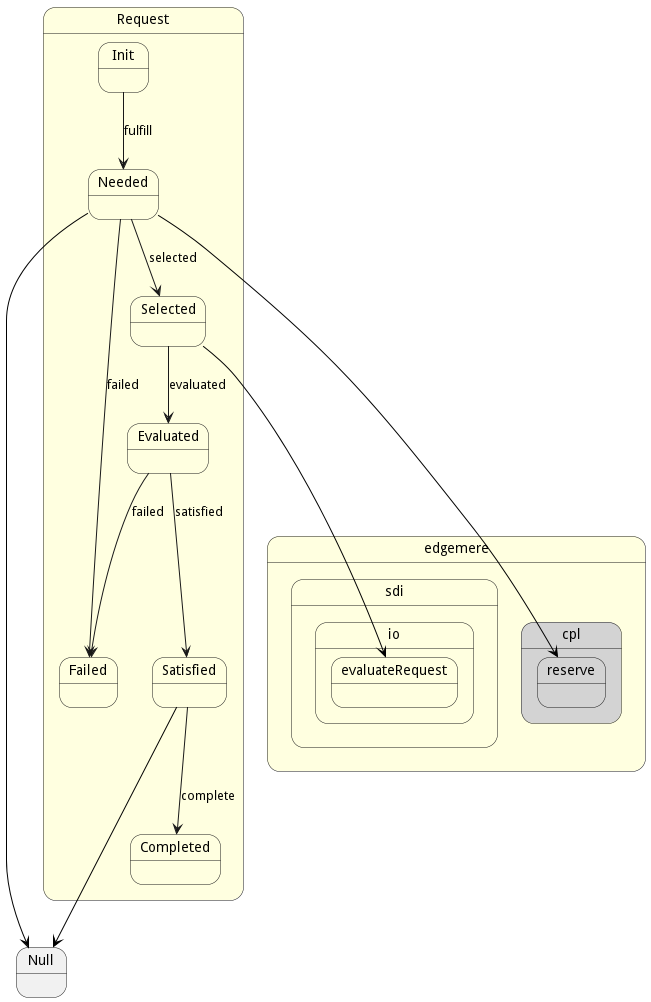
madajaju/edgemere keeps this PlantUML diagram as docs/edgemere/sdi/models/request/statenet.png. Above is the earlier version. The source it was exported from:
```plantuml
@startuml



state Request #lightyellow {

    state Init #lightyellow {
    }

    state Needed #lightyellow {
    }

    state Failed #lightyellow {
    }

    state Selected #lightyellow {
    }

    state Satisfied #lightyellow {
    }

    state Evaluated #lightyellow {
    }

    state Completed #lightyellow {
    }

}


Init --> Needed : fulfill

Needed --> Selected : selected

Needed --> Failed : failed

Selected --> Evaluated : evaluated

Satisfied --> Completed : complete

Evaluated --> Satisfied : satisfied

Evaluated --> Failed : failed




 Needed -[#black]--> Null

 state "edgemere" as edgemere #lightgray {
state "cpl" as edgemerecpl #lightgray {
state "reserve" as edgemerecplreserve #lightgray {
}
}
}

 Needed -[#black]--> edgemerecplreserve

 state "edgemere" as edgemere #lightyellow {
state "sdi" as edgemeresdi #lightyellow {
state "io" as edgemeresdiio #lightyellow {
state "evaluateRequest" as edgemeresdiioevaluateRequest #lightyellow {
}
}
}
}

 Selected -[#black]--> edgemeresdiioevaluateRequest


 Satisfied -[#black]--> Null


@enduml
```
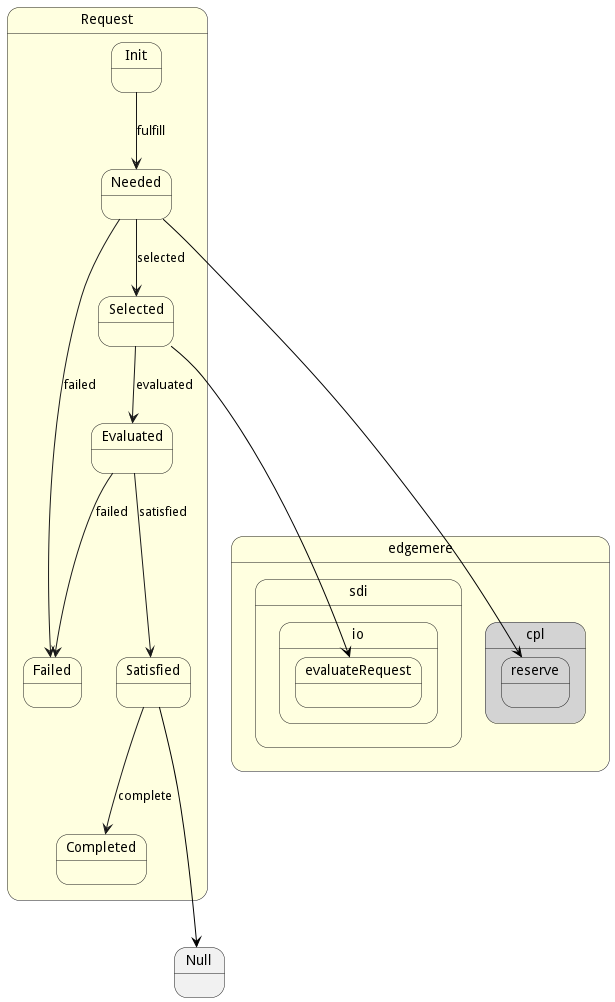
After the commit.

Change to the diagram source:
```diff
@@ -44,9 +44,6 @@
 
 
 
-
- Needed -[#black]--> Null
-
  state "edgemere" as edgemere #lightgray {
 state "cpl" as edgemerecpl #lightgray {
 state "reserve" as edgemerecplreserve #lightgray {
```
